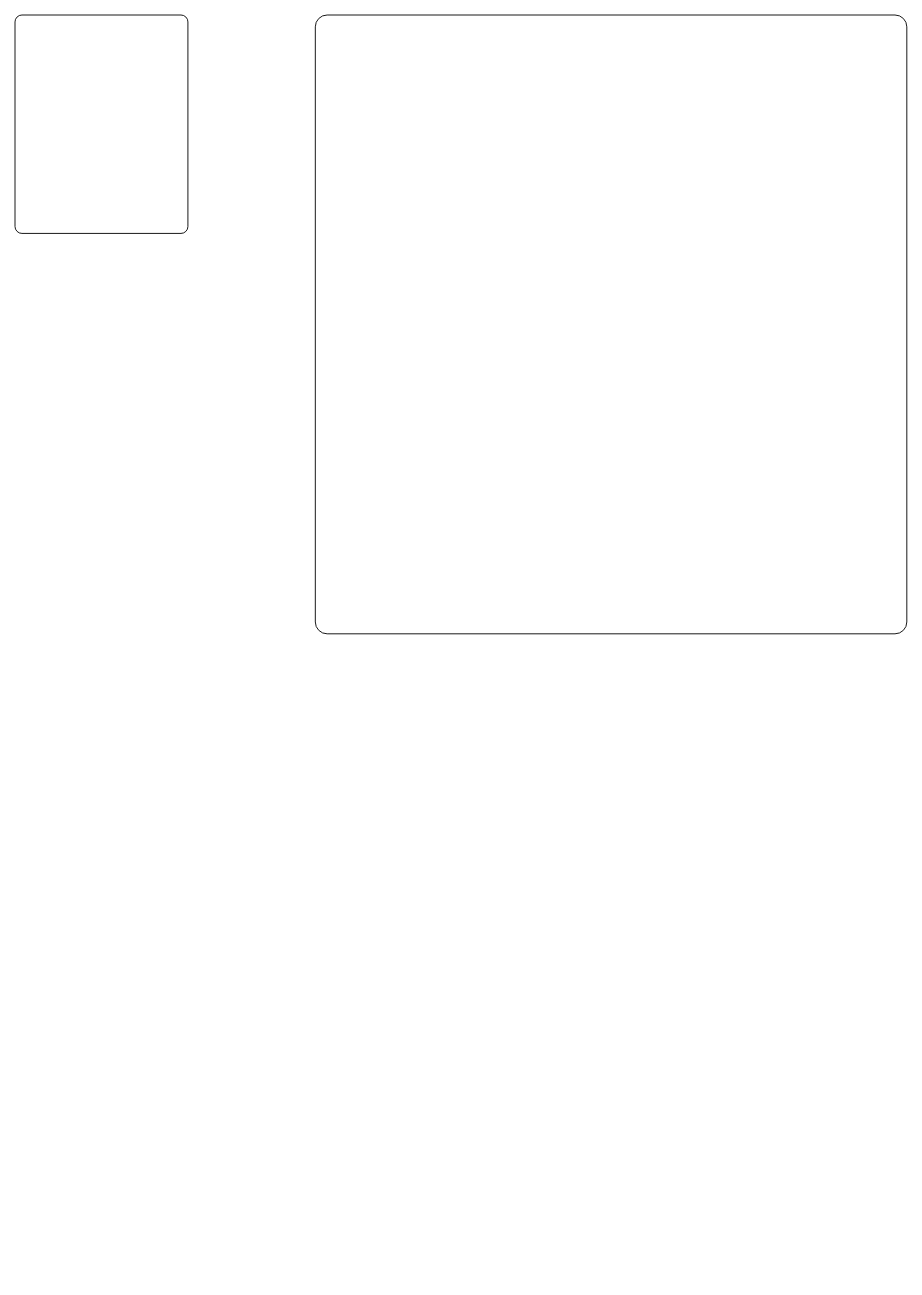
The draw.io diagram fragment-graph/页面设计器相关的零碎框框.drawio in liwangpu/leon-document-notes, before the edit. Source tidied: cells renumbered, new cells numbered last; positions are measured from the earlier drawing's top-left corner, leaving out a move shared by most shapes. Both pictures are drawn from the tidied source at 91%, with x=0, y=0 at pixel (15, 15).
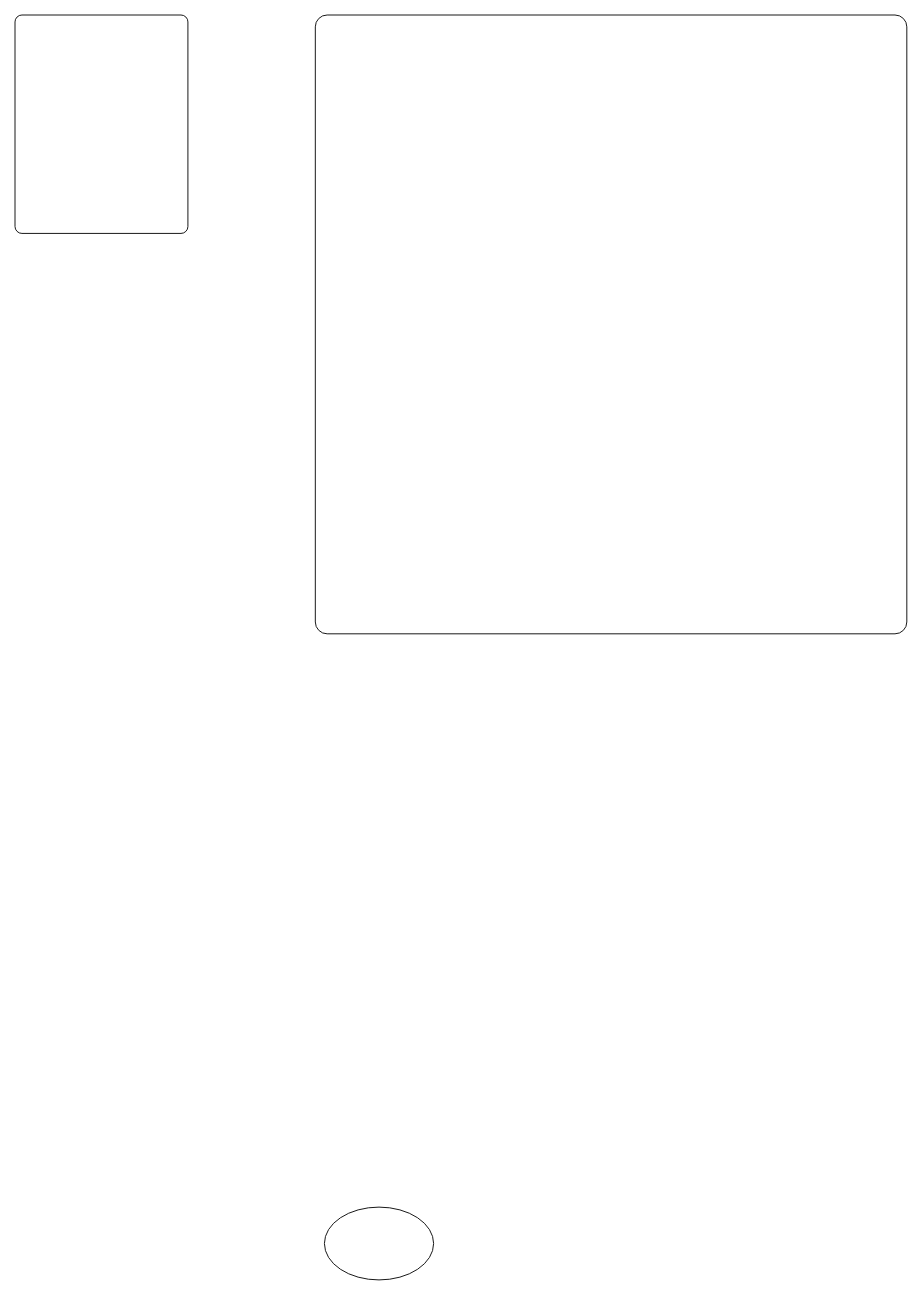
The same diagram, later.

Commit message (it also covers changes not shown here):
更新页面设计器相关的零碎框框.drawio

The edit, as a diff of the source:
```diff
@@
 <mxGraphModel>
   <root>
     <mxCell id="0" />
     <mxCell id="1" parent="0" />
     <mxCell id="2" style="rounded=1;whiteSpace=wrap;html=1;arcSize=4;" parent="1" vertex="1">
       <mxGeometry width="190" height="240" as="geometry" />
     </mxCell>
     <mxCell id="3" style="rounded=1;whiteSpace=wrap;html=1;arcSize=2;" parent="1" vertex="1">
       <mxGeometry x="330" width="650" height="680" as="geometry" />
     </mxCell>
+    <mxCell id="4" style="ellipse;whiteSpace=wrap;html=1;rounded=1;" parent="1" vertex="1">
+      <mxGeometry x="340" y="1310" width="120" height="80" as="geometry" />
+    </mxCell>
   </root>
 </mxGraphModel>
```
